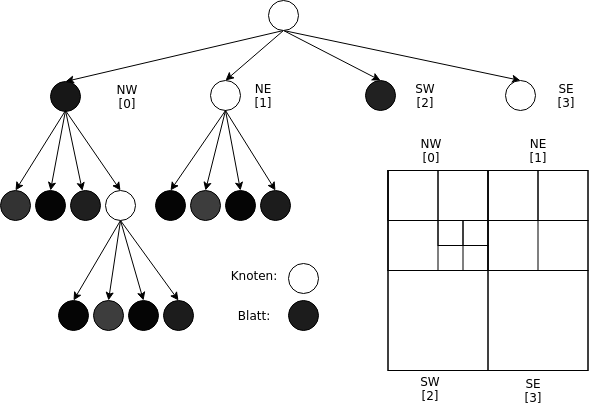
The draw.io diagram presentation/quadtree_basics.png in nicklasDohrn/quadtree, before a commit. Source tidied: cells renumbered, new cells last; positions are measured from the earlier drawing's top-left corner, leaving out a move shared by most shapes. Source of this version:
```xml
<mxGraphModel>
  <root>
    <mxCell id="0" />
    <mxCell id="1" parent="0" />
    <mxCell id="2" style="edgeStyle=none;rounded=0;jettySize=auto;html=1;exitX=0.5;exitY=1;exitDx=0;exitDy=0;entryX=0.5;entryY=0;entryDx=0;entryDy=0;" parent="1" edge="1" source="6" target="12">
      <mxGeometry relative="1" as="geometry" />
    </mxCell>
    <mxCell id="3" style="edgeStyle=none;rounded=0;jettySize=auto;html=1;exitX=0.5;exitY=1;exitDx=0;exitDy=0;entryX=0.5;entryY=0;entryDx=0;entryDy=0;" parent="1" edge="1" source="6" target="7">
      <mxGeometry relative="1" as="geometry" />
    </mxCell>
    <mxCell id="4" style="edgeStyle=none;rounded=0;jettySize=auto;html=1;exitX=0.5;exitY=1;exitDx=0;exitDy=0;entryX=0.5;entryY=0;entryDx=0;entryDy=0;" parent="1" edge="1" source="6" target="17">
      <mxGeometry relative="1" as="geometry" />
    </mxCell>
    <mxCell id="5" style="edgeStyle=none;rounded=0;jettySize=auto;html=1;exitX=0.5;exitY=1;exitDx=0;exitDy=0;entryX=0.5;entryY=0;entryDx=0;entryDy=0;" parent="1" edge="1" source="6" target="18">
      <mxGeometry relative="1" as="geometry" />
    </mxCell>
    <mxCell id="6" style="ellipse;whiteSpace=wrap;html=1;" parent="1" vertex="1">
      <mxGeometry x="267.5" width="30" height="30" as="geometry" />
    </mxCell>
    <mxCell id="7" style="ellipse;whiteSpace=wrap;html=1;fillColor=#171717;" parent="1" vertex="1">
      <mxGeometry x="50" y="81" width="30" height="30" as="geometry" />
    </mxCell>
    <mxCell id="8" style="edgeStyle=none;rounded=0;jettySize=auto;html=1;exitX=0.5;exitY=1;exitDx=0;exitDy=0;entryX=0.5;entryY=0;entryDx=0;entryDy=0;" parent="1" edge="1" target="26">
      <mxGeometry relative="1" as="geometry">
        <mxPoint x="65" y="110" as="sourcePoint" />
      </mxGeometry>
    </mxCell>
    <mxCell id="9" style="edgeStyle=none;rounded=0;jettySize=auto;html=1;exitX=0.5;exitY=1;exitDx=0;exitDy=0;entryX=0.5;entryY=0;entryDx=0;entryDy=0;" parent="1" edge="1" target="25">
      <mxGeometry relative="1" as="geometry">
        <mxPoint x="65" y="110" as="sourcePoint" />
      </mxGeometry>
    </mxCell>
    <mxCell id="10" style="edgeStyle=none;rounded=0;jettySize=auto;html=1;exitX=0.5;exitY=1;exitDx=0;exitDy=0;" parent="1" edge="1" target="24">
      <mxGeometry relative="1" as="geometry">
        <mxPoint x="65" y="110" as="sourcePoint" />
      </mxGeometry>
    </mxCell>
    <mxCell id="11" style="edgeStyle=none;rounded=0;jettySize=auto;html=1;exitX=0.5;exitY=1;exitDx=0;exitDy=0;entryX=0.5;entryY=0;entryDx=0;entryDy=0;" parent="1" edge="1" target="23">
      <mxGeometry relative="1" as="geometry">
        <mxPoint x="65" y="110" as="sourcePoint" />
      </mxGeometry>
    </mxCell>
    <mxCell id="12" style="ellipse;whiteSpace=wrap;html=1;" parent="1" vertex="1">
      <mxGeometry x="210" y="80" width="30" height="30" as="geometry" />
    </mxCell>
    <mxCell id="13" style="edgeStyle=none;rounded=0;jettySize=auto;html=1;exitX=0.5;exitY=1;exitDx=0;exitDy=0;entryX=0.5;entryY=0;entryDx=0;entryDy=0;" parent="1" edge="1" target="30">
      <mxGeometry relative="1" as="geometry">
        <mxPoint x="225" y="110" as="sourcePoint" />
      </mxGeometry>
    </mxCell>
    <mxCell id="14" style="edgeStyle=none;rounded=0;jettySize=auto;html=1;exitX=0.5;exitY=1;exitDx=0;exitDy=0;entryX=0.5;entryY=0;entryDx=0;entryDy=0;" parent="1" edge="1" target="29">
      <mxGeometry relative="1" as="geometry">
        <mxPoint x="225" y="110" as="sourcePoint" />
      </mxGeometry>
    </mxCell>
    <mxCell id="15" style="edgeStyle=none;rounded=0;jettySize=auto;html=1;exitX=0.5;exitY=1;exitDx=0;exitDy=0;entryX=0.5;entryY=0;entryDx=0;entryDy=0;" parent="1" edge="1" target="28">
      <mxGeometry relative="1" as="geometry">
        <mxPoint x="225" y="110" as="sourcePoint" />
      </mxGeometry>
    </mxCell>
    <mxCell id="16" style="edgeStyle=none;rounded=0;jettySize=auto;html=1;exitX=0.5;exitY=1;exitDx=0;exitDy=0;entryX=0.5;entryY=0;entryDx=0;entryDy=0;" parent="1" edge="1" target="27">
      <mxGeometry relative="1" as="geometry">
        <mxPoint x="225" y="110" as="sourcePoint" />
      </mxGeometry>
    </mxCell>
    <mxCell id="17" style="ellipse;whiteSpace=wrap;html=1;fillColor=#212121;" parent="1" vertex="1">
      <mxGeometry x="365" y="80" width="30" height="30" as="geometry" />
    </mxCell>
    <mxCell id="18" style="ellipse;whiteSpace=wrap;html=1;fillColor=#FFFFFF;" parent="1" vertex="1">
      <mxGeometry x="505" y="80" width="30" height="30" as="geometry" />
    </mxCell>
    <mxCell id="19" style="edgeStyle=none;rounded=0;jettySize=auto;html=1;exitX=0.5;exitY=1;exitDx=0;exitDy=0;entryX=0.5;entryY=0;entryDx=0;entryDy=0;" parent="1" edge="1" source="23" target="34">
      <mxGeometry relative="1" as="geometry" />
    </mxCell>
    <mxCell id="20" style="edgeStyle=none;rounded=0;jettySize=auto;html=1;exitX=0.5;exitY=1;exitDx=0;exitDy=0;entryX=0.5;entryY=0;entryDx=0;entryDy=0;" parent="1" edge="1" source="23" target="33">
      <mxGeometry relative="1" as="geometry" />
    </mxCell>
    <mxCell id="21" style="edgeStyle=none;rounded=0;jettySize=auto;html=1;exitX=0.5;exitY=1;exitDx=0;exitDy=0;entryX=0.5;entryY=0;entryDx=0;entryDy=0;" parent="1" edge="1" source="23" target="32">
      <mxGeometry relative="1" as="geometry" />
    </mxCell>
    <mxCell id="22" style="edgeStyle=none;rounded=0;jettySize=auto;html=1;exitX=0.5;exitY=1;exitDx=0;exitDy=0;entryX=0.5;entryY=0;entryDx=0;entryDy=0;" parent="1" edge="1" source="23" target="31">
      <mxGeometry relative="1" as="geometry" />
    </mxCell>
    <mxCell id="23" style="ellipse;whiteSpace=wrap;html=1;" parent="1" vertex="1">
      <mxGeometry x="105" y="190" width="30" height="30" as="geometry" />
    </mxCell>
    <mxCell id="24" style="ellipse;whiteSpace=wrap;html=1;fillColor=#1F1F1F;" parent="1" vertex="1">
      <mxGeometry x="70" y="190" width="30" height="30" as="geometry" />
    </mxCell>
    <mxCell id="25" style="ellipse;whiteSpace=wrap;html=1;fillColor=#050505;" parent="1" vertex="1">
      <mxGeometry x="35" y="190" width="30" height="30" as="geometry" />
    </mxCell>
    <mxCell id="26" style="ellipse;whiteSpace=wrap;html=1;fillColor=#333333;" parent="1" vertex="1">
      <mxGeometry y="190" width="30" height="30" as="geometry" />
    </mxCell>
    <mxCell id="27" style="ellipse;whiteSpace=wrap;html=1;fillColor=#1C1C1C;" parent="1" vertex="1">
      <mxGeometry x="260" y="190" width="30" height="30" as="geometry" />
    </mxCell>
    <mxCell id="28" style="ellipse;whiteSpace=wrap;html=1;fillColor=#050505;" parent="1" vertex="1">
      <mxGeometry x="225" y="190" width="30" height="30" as="geometry" />
    </mxCell>
    <mxCell id="29" style="ellipse;whiteSpace=wrap;html=1;fillColor=#3D3D3D;" parent="1" vertex="1">
      <mxGeometry x="190" y="190" width="30" height="30" as="geometry" />
    </mxCell>
    <mxCell id="30" style="ellipse;whiteSpace=wrap;html=1;fillColor=#050505;" parent="1" vertex="1">
      <mxGeometry x="155" y="190" width="30" height="30" as="geometry" />
    </mxCell>
    <mxCell id="31" style="ellipse;whiteSpace=wrap;html=1;fillColor=#1C1C1C;" parent="1" vertex="1">
      <mxGeometry x="162.5" y="300" width="30" height="30" as="geometry" />
    </mxCell>
    <mxCell id="32" style="ellipse;whiteSpace=wrap;html=1;fillColor=#050505;" parent="1" vertex="1">
      <mxGeometry x="127.5" y="300" width="30" height="30" as="geometry" />
    </mxCell>
    <mxCell id="33" style="ellipse;whiteSpace=wrap;html=1;fillColor=#3D3D3D;" parent="1" vertex="1">
      <mxGeometry x="92.5" y="300" width="30" height="30" as="geometry" />
    </mxCell>
    <mxCell id="34" style="ellipse;whiteSpace=wrap;html=1;fillColor=#050505;" parent="1" vertex="1">
      <mxGeometry x="57.5" y="300" width="30" height="30" as="geometry" />
    </mxCell>
    <mxCell id="35" value="NW&lt;br&gt;[0]&lt;br&gt;" style="text;html=1;strokeColor=none;fillColor=none;align=center;verticalAlign=middle;whiteSpace=wrap;rounded=0;" parent="1" vertex="1">
      <mxGeometry x="106" y="86" width="40" height="20" as="geometry" />
    </mxCell>
    <mxCell id="36" value="NE&lt;br&gt;[1]&lt;br&gt;" style="text;html=1;strokeColor=none;fillColor=none;align=center;verticalAlign=middle;whiteSpace=wrap;rounded=0;" parent="1" vertex="1">
      <mxGeometry x="242.5" y="85" width="40" height="20" as="geometry" />
    </mxCell>
    <mxCell id="37" value="SW&lt;br&gt;[2]&lt;br&gt;" style="text;html=1;strokeColor=none;fillColor=none;align=center;verticalAlign=middle;whiteSpace=wrap;rounded=0;" parent="1" vertex="1">
      <mxGeometry x="405" y="82.5" width="40" height="25" as="geometry" />
    </mxCell>
    <mxCell id="38" value="SE&lt;br&gt;[3]&lt;br&gt;" style="text;html=1;strokeColor=none;fillColor=none;align=center;verticalAlign=middle;whiteSpace=wrap;rounded=0;" parent="1" vertex="1">
      <mxGeometry x="545" y="85" width="40" height="20" as="geometry" />
    </mxCell>
    <mxCell id="39" style="whiteSpace=wrap;html=1;fillColor=none;" parent="1" vertex="1">
      <mxGeometry x="387.5" y="170" width="200" height="200" as="geometry" />
    </mxCell>
    <mxCell id="40" style="whiteSpace=wrap;html=1;fillColor=none;" parent="1" vertex="1">
      <mxGeometry x="387.5" y="170" width="100" height="100" as="geometry" />
    </mxCell>
    <mxCell id="41" style="whiteSpace=wrap;html=1;fillColor=none;" parent="1" vertex="1">
      <mxGeometry x="387.5" y="170" width="100" height="100" as="geometry" />
    </mxCell>
    <mxCell id="42" style="whiteSpace=wrap;html=1;fillColor=none;" parent="1" vertex="1">
      <mxGeometry x="387.5" y="270" width="100" height="100" as="geometry" />
    </mxCell>
    <mxCell id="43" style="whiteSpace=wrap;html=1;fillColor=none;" parent="1" vertex="1">
      <mxGeometry x="437.5" y="220" width="50" height="50" as="geometry" />
    </mxCell>
    <mxCell id="44" style="whiteSpace=wrap;html=1;fillColor=none;" parent="1" vertex="1">
      <mxGeometry x="387.5" y="170" width="50" height="50" as="geometry" />
    </mxCell>
    <mxCell id="45" style="whiteSpace=wrap;html=1;fillColor=none;" parent="1" vertex="1">
      <mxGeometry x="437.5" y="170" width="50" height="50" as="geometry" />
    </mxCell>
    <mxCell id="46" style="whiteSpace=wrap;html=1;fillColor=none;" parent="1" vertex="1">
      <mxGeometry x="537.5" y="170" width="50" height="50" as="geometry" />
    </mxCell>
    <mxCell id="47" style="whiteSpace=wrap;html=1;fillColor=none;" parent="1" vertex="1">
      <mxGeometry x="487.5" y="170" width="50" height="50" as="geometry" />
    </mxCell>
    <mxCell id="48" style="whiteSpace=wrap;html=1;fillColor=none;" parent="1" vertex="1">
      <mxGeometry x="537.5" y="220" width="50" height="50" as="geometry" />
    </mxCell>
    <mxCell id="49" style="whiteSpace=wrap;html=1;fillColor=none;" parent="1" vertex="1">
      <mxGeometry x="437.5" y="220" width="25" height="25" as="geometry" />
    </mxCell>
    <mxCell id="50" style="whiteSpace=wrap;html=1;fillColor=none;" parent="1" vertex="1">
      <mxGeometry x="462.5" y="220" width="25" height="25" as="geometry" />
    </mxCell>
    <mxCell id="51" style="whiteSpace=wrap;html=1;fillColor=none;" parent="1" vertex="1">
      <mxGeometry x="462.5" y="245" width="25" height="25" as="geometry" />
    </mxCell>
    <mxCell id="52" value="NW&lt;br&gt;[0]&lt;br&gt;" style="text;html=1;strokeColor=none;fillColor=none;align=center;verticalAlign=middle;whiteSpace=wrap;rounded=0;" parent="1" vertex="1">
      <mxGeometry x="410" y="140" width="40" height="20" as="geometry" />
    </mxCell>
    <mxCell id="53" value="NE&lt;br&gt;[1]&lt;br&gt;" style="text;html=1;strokeColor=none;fillColor=none;align=center;verticalAlign=middle;whiteSpace=wrap;rounded=0;" parent="1" vertex="1">
      <mxGeometry x="517.5" y="140" width="40" height="20" as="geometry" />
    </mxCell>
    <mxCell id="54" value="SW&lt;br&gt;[2]&lt;br&gt;" style="text;html=1;strokeColor=none;fillColor=none;align=center;verticalAlign=middle;whiteSpace=wrap;rounded=0;" parent="1" vertex="1">
      <mxGeometry x="410" y="375" width="40" height="25" as="geometry" />
    </mxCell>
    <mxCell id="55" value="SE&lt;br&gt;[3]&lt;br&gt;" style="text;html=1;strokeColor=none;fillColor=none;align=center;verticalAlign=middle;whiteSpace=wrap;rounded=0;" parent="1" vertex="1">
      <mxGeometry x="512.5" y="380" width="40" height="20" as="geometry" />
    </mxCell>
    <mxCell id="56" style="whiteSpace=wrap;html=1;fillColor=none;" parent="1" vertex="1">
      <mxGeometry x="487.5" y="270" width="100" height="100" as="geometry" />
    </mxCell>
    <mxCell id="57" style="ellipse;whiteSpace=wrap;html=1;" parent="1" vertex="1">
      <mxGeometry x="287.5" y="262.5" width="30" height="30" as="geometry" />
    </mxCell>
    <mxCell id="58" value="Knoten:" style="text;html=1;strokeColor=none;fillColor=none;align=center;verticalAlign=middle;whiteSpace=wrap;rounded=0;" parent="1" vertex="1">
      <mxGeometry x="232.5" y="265" width="40" height="20" as="geometry" />
    </mxCell>
    <mxCell id="59" value="Blatt:" style="text;html=1;strokeColor=none;fillColor=none;align=center;verticalAlign=middle;whiteSpace=wrap;rounded=0;" parent="1" vertex="1">
      <mxGeometry x="232.5" y="305" width="40" height="20" as="geometry" />
    </mxCell>
    <mxCell id="60" style="ellipse;whiteSpace=wrap;html=1;fillColor=#1C1C1C;" parent="1" vertex="1">
      <mxGeometry x="287.5" y="300" width="30" height="30" as="geometry" />
    </mxCell>
  </root>
</mxGraphModel>
```
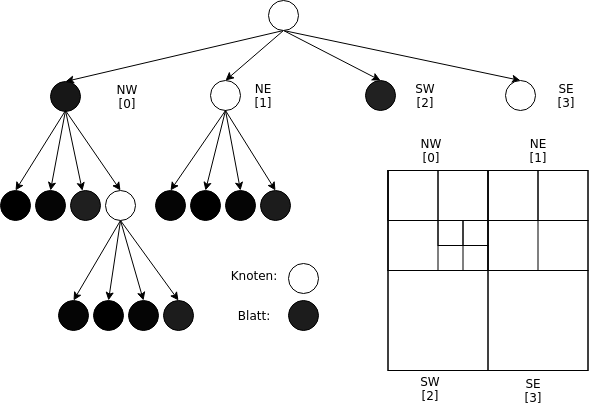
The same file after the commit.

The edit, as a diff of the source:
```diff
@@ -90,7 +90,7 @@
     <mxCell id="25" style="ellipse;whiteSpace=wrap;html=1;fillColor=#050505;" parent="1" vertex="1">
       <mxGeometry x="35" y="190" width="30" height="30" as="geometry" />
     </mxCell>
-    <mxCell id="26" style="ellipse;whiteSpace=wrap;html=1;fillColor=#333333;" parent="1" vertex="1">
+    <mxCell id="26" style="ellipse;whiteSpace=wrap;html=1;fillColor=#000000;" parent="1" vertex="1">
       <mxGeometry y="190" width="30" height="30" as="geometry" />
     </mxCell>
     <mxCell id="27" style="ellipse;whiteSpace=wrap;html=1;fillColor=#1C1C1C;" parent="1" vertex="1">
@@ -99,7 +99,7 @@
     <mxCell id="28" style="ellipse;whiteSpace=wrap;html=1;fillColor=#050505;" parent="1" vertex="1">
       <mxGeometry x="225" y="190" width="30" height="30" as="geometry" />
     </mxCell>
-    <mxCell id="29" style="ellipse;whiteSpace=wrap;html=1;fillColor=#3D3D3D;" parent="1" vertex="1">
+    <mxCell id="29" style="ellipse;whiteSpace=wrap;html=1;fillColor=#000000;" parent="1" vertex="1">
       <mxGeometry x="190" y="190" width="30" height="30" as="geometry" />
     </mxCell>
     <mxCell id="30" style="ellipse;whiteSpace=wrap;html=1;fillColor=#050505;" parent="1" vertex="1">
@@ -111,7 +111,7 @@
     <mxCell id="32" style="ellipse;whiteSpace=wrap;html=1;fillColor=#050505;" parent="1" vertex="1">
       <mxGeometry x="127.5" y="300" width="30" height="30" as="geometry" />
     </mxCell>
-    <mxCell id="33" style="ellipse;whiteSpace=wrap;html=1;fillColor=#3D3D3D;" parent="1" vertex="1">
+    <mxCell id="33" style="ellipse;whiteSpace=wrap;html=1;fillColor=#000000;" parent="1" vertex="1">
       <mxGeometry x="92.5" y="300" width="30" height="30" as="geometry" />
     </mxCell>
     <mxCell id="34" style="ellipse;whiteSpace=wrap;html=1;fillColor=#050505;" parent="1" vertex="1">
```
